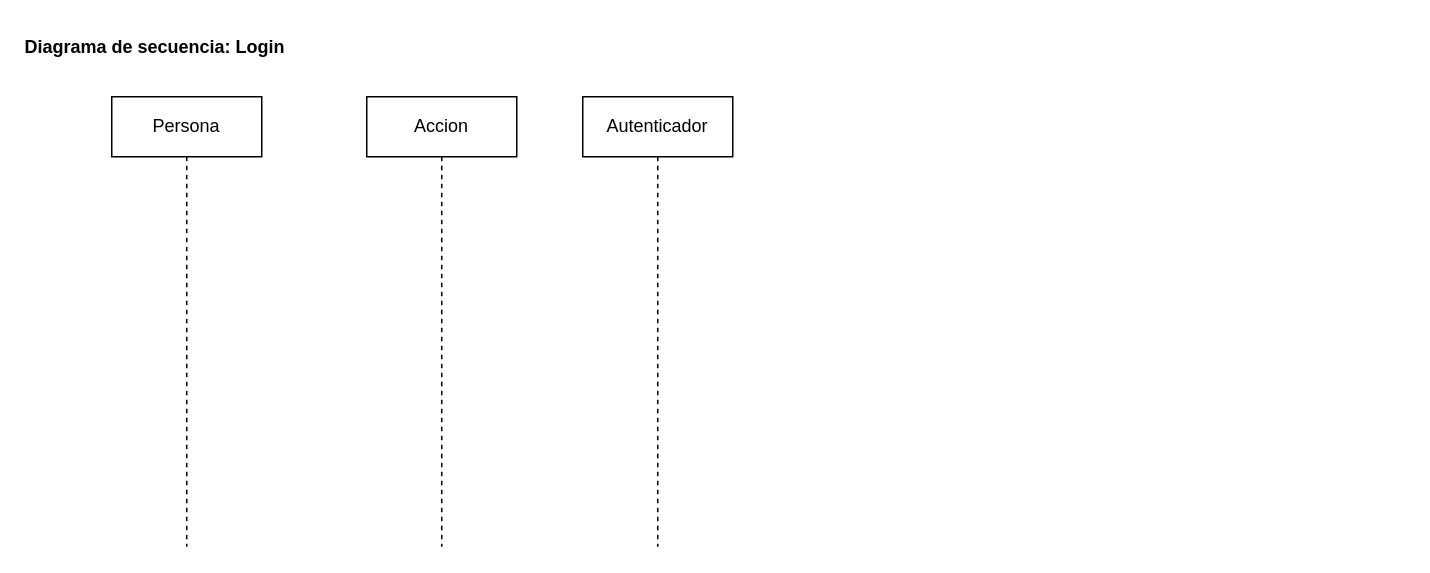
ernestod10/Diagramas keeps this draw.io diagram as page "Page-2" (2 of 2) of Propuesta1ProyectoDesarrollo.drawio. Above is the earlier version. Source tidied: cells renumbered, new cells numbered last; positions are measured from the earlier drawing's top-left corner, leaving out a move shared by most shapes. Both pictures are drawn from the tidied source at 150%, with x=0, y=0 at pixel (94, 26).
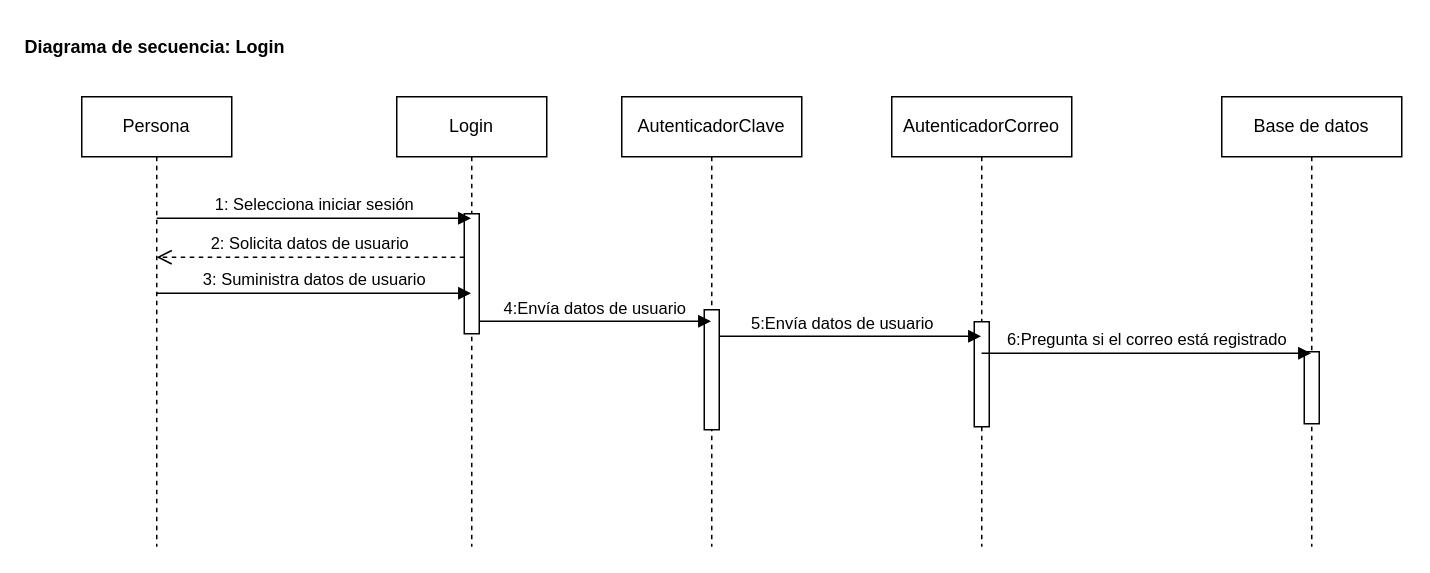
The same diagram, later.

Commit message:
Update Propuesta1ProyectoDesarrollo.drawio (Diagrama Secuencia Login)

Diff of the diagram source:
```diff
@@
-    <mxCell id="2" value="Accion" style="shape=umlLifeline;perimeter=lifelinePerimeter;whiteSpace=wrap;html=1;outlineConnect=0;" parent="1" vertex="1">
-      <mxGeometry x="181" y="47" width="100" height="300" as="geometry" />
+    <mxCell id="2" value="Login" style="shape=umlLifeline;perimeter=lifelinePerimeter;whiteSpace=wrap;html=1;outlineConnect=0;" parent="1" vertex="1">
+      <mxGeometry x="201" y="47" width="100" height="300" as="geometry" />
     </mxCell>
+    <mxCell id="6" style="html=1;points=[];perimeter=orthogonalPerimeter;" parent="2" vertex="1">
+      <mxGeometry x="45" y="78" width="10" height="80" as="geometry" />
+    </mxCell>
+    <mxCell id="7" value="2: Solicita datos de usuario" style="html=1;verticalAlign=bottom;endArrow=open;dashed=1;endSize=8;rounded=0;" parent="2" edge="1" source="6">
+      <mxGeometry relative="1" as="geometry">
+        <mxPoint x="-160.1" y="107" as="targetPoint" />
+      </mxGeometry>
+    </mxCell>
     <mxCell id="3" value="Persona" style="shape=umlLifeline;perimeter=lifelinePerimeter;whiteSpace=wrap;html=1;" parent="1" vertex="1">
-      <mxGeometry x="11" y="47" width="100" height="300" as="geometry" />
+      <mxGeometry x="-9" y="47" width="100" height="300" as="geometry" />
     </mxCell>
+    <mxCell id="8" value="1: Selecciona iniciar sesión" style="html=1;verticalAlign=bottom;endArrow=block;rounded=0;" parent="3" edge="1" target="2">
+      <mxGeometry relative="1" as="geometry">
+        <mxPoint x="50" y="81" as="sourcePoint" />
+      </mxGeometry>
+    </mxCell>
@@
-    <mxCell id="5" value="Autenticador" style="shape=umlLifeline;perimeter=lifelinePerimeter;whiteSpace=wrap;html=1;outlineConnect=0;" parent="1" vertex="1">
-      <mxGeometry x="325" y="47" width="100" height="300" as="geometry" />
+    <mxCell id="5" value="AutenticadorCorreo" style="shape=umlLifeline;perimeter=lifelinePerimeter;whiteSpace=wrap;html=1;outlineConnect=0;" parent="1" vertex="1">
+      <mxGeometry x="531" y="47" width="120" height="300" as="geometry" />
     </mxCell>
+    <mxCell id="9" style="html=1;perimeter=orthogonalPerimeter;" parent="5" vertex="1">
+      <mxGeometry x="55" y="150" width="10" height="70" as="geometry" />
+    </mxCell>
+    <mxCell id="10" value="5:Envía datos de usuario" style="html=1;verticalAlign=bottom;endArrow=block;rounded=0;" parent="5" edge="1" target="5">
+      <mxGeometry relative="1" as="geometry">
+        <mxPoint x="-125" y="159.7" as="sourcePoint" />
+        <Array as="points">
+          <mxPoint x="-80" y="159.7" />
+        </Array>
+      </mxGeometry>
+    </mxCell>
+    <mxCell id="11" value="AutenticadorClave" style="shape=umlLifeline;perimeter=lifelinePerimeter;whiteSpace=wrap;html=1;outlineConnect=0;" parent="1" vertex="1">
+      <mxGeometry x="351" y="47" width="120" height="300" as="geometry" />
+    </mxCell>
+    <mxCell id="12" style="html=1;perimeter=orthogonalPerimeter;" parent="11" vertex="1">
+      <mxGeometry x="55" y="142" width="10" height="80" as="geometry" />
+    </mxCell>
+    <mxCell id="13" value="3: Suministra datos de usuario" style="html=1;verticalAlign=bottom;endArrow=block;rounded=0;" parent="1" edge="1" target="2">
+      <mxGeometry relative="1" as="geometry">
+        <mxPoint x="41" y="178" as="sourcePoint" />
+      </mxGeometry>
+    </mxCell>
+    <mxCell id="14" value="4:Envía datos de usuario" style="html=1;verticalAlign=bottom;endArrow=block;rounded=0;" parent="1" edge="1" source="6" target="11">
+      <mxGeometry relative="1" as="geometry">
+        <Array as="points">
+          <mxPoint x="294" y="196.7" />
+        </Array>
+      </mxGeometry>
+    </mxCell>
+    <mxCell id="15" value="Base de datos" style="shape=umlLifeline;perimeter=lifelinePerimeter;whiteSpace=wrap;html=1;outlineConnect=0;" parent="1" vertex="1">
+      <mxGeometry x="751" y="47" width="120" height="300" as="geometry" />
+    </mxCell>
+    <mxCell id="16" style="html=1;perimeter=orthogonalPerimeter;" parent="15" vertex="1">
+      <mxGeometry x="55" y="170" width="10" height="48" as="geometry" />
+    </mxCell>
+    <mxCell id="17" value="6:Pregunta si el correo está registrado " style="html=1;verticalAlign=bottom;endArrow=block;rounded=0;" parent="1" edge="1" target="15">
+      <mxGeometry relative="1" as="geometry">
+        <mxPoint x="590.9" y="218" as="sourcePoint" />
+        <Array as="points">
+          <mxPoint x="686" y="218" />
+        </Array>
+      </mxGeometry>
+    </mxCell>
```
